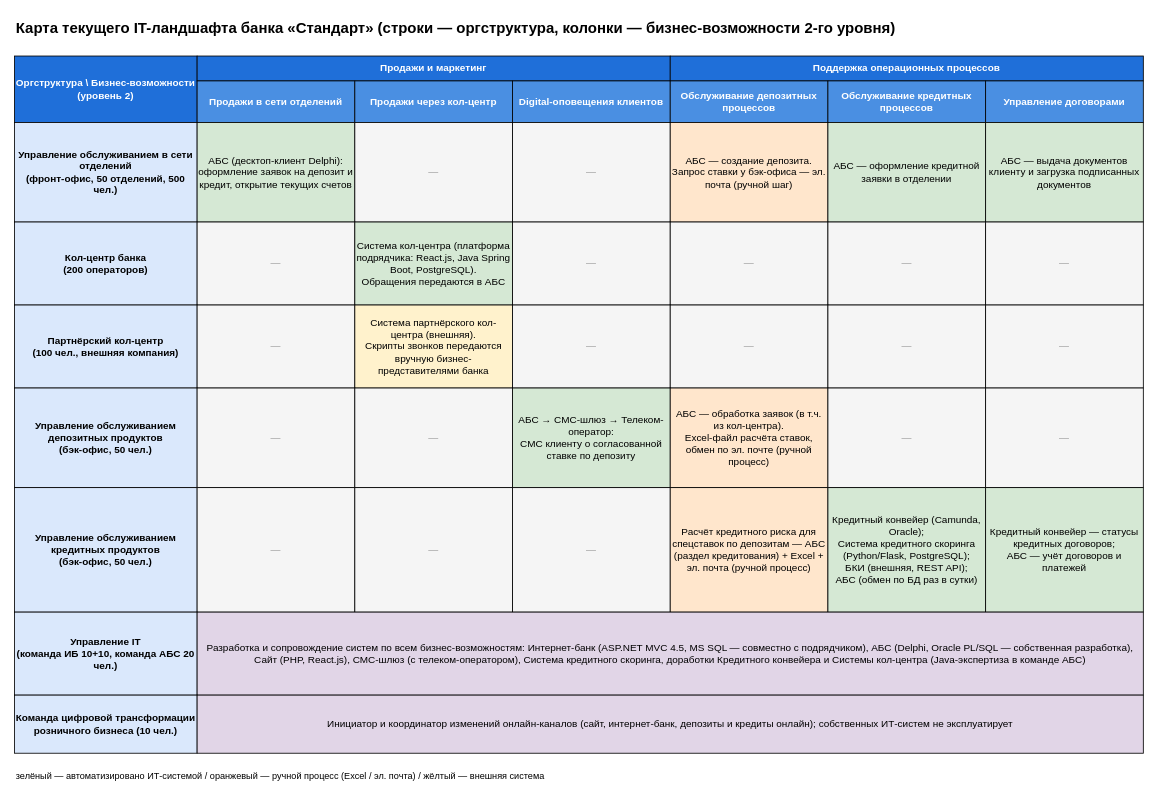
This is Task1/it-landscape-map.drawio from agr333221/architecture-pro-standart, a draw.io file, before an edit. Source tidied: cells renumbered, new cells numbered last; positions are measured from the earlier drawing's top-left corner, leaving out a move shared by most shapes. Both pictures are drawn from the tidied source at 83%, with x=0, y=0 at pixel (14, 14).
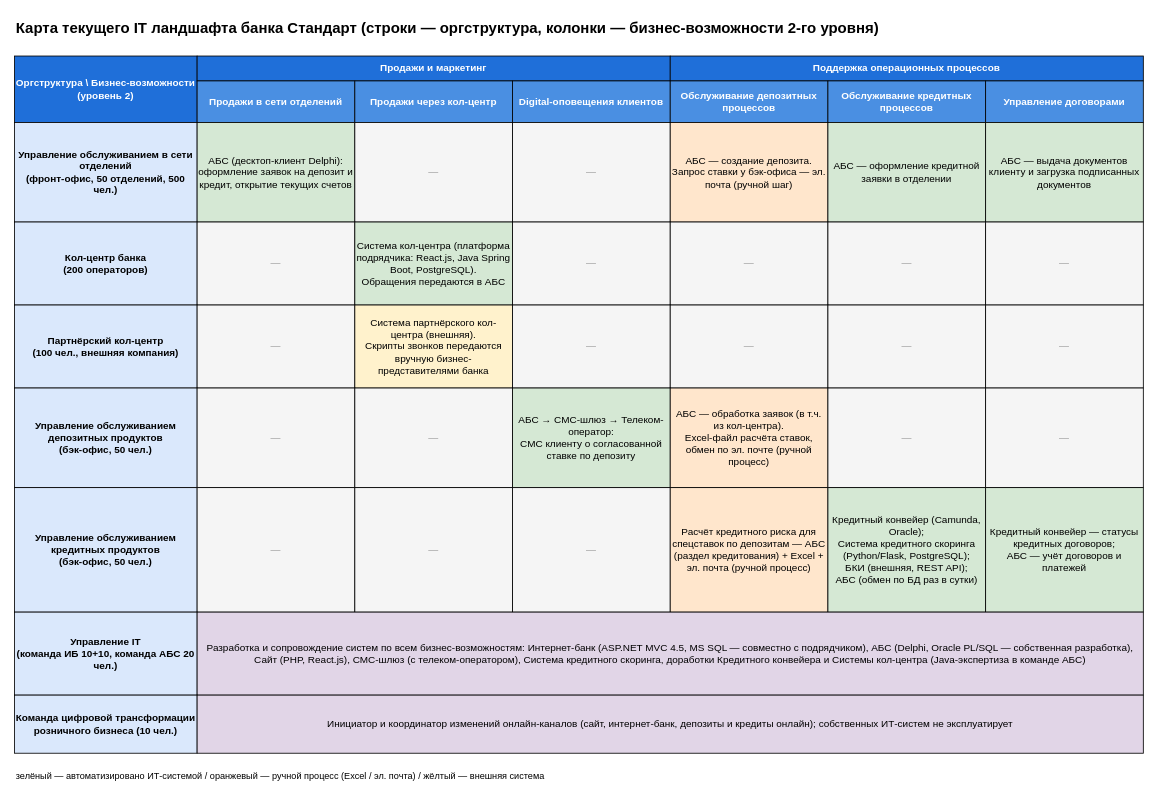
The same diagram, later.

Diff of the diagram source:
```diff
@@
-    <mxCell id="2" value="Карта текущего IT-ландшафта банка «Стандарт» (строки — оргструктура, колонки — бизнес-возможности 2-го уровня)" style="text;html=1;fontSize=18;fontStyle=1;align=left;" parent="1" vertex="1">
+    <mxCell id="2" value="Карта текущего IT ландшафта банка Стандарт (строки — оргструктура, колонки — бизнес-возможности 2-го уровня)" style="text;html=1;fontSize=18;fontStyle=1;align=left;" parent="1" vertex="1">
       <mxGeometry width="1200" height="30" as="geometry" />
     </mxCell>
```
